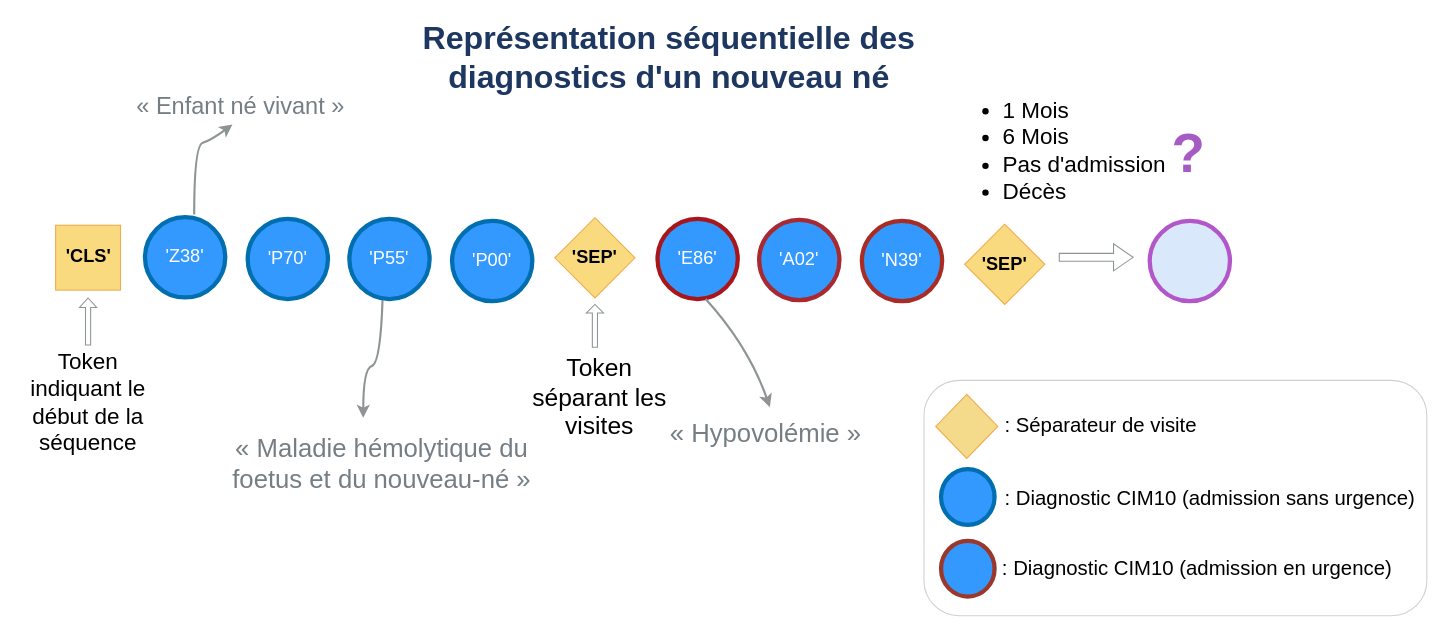
Above: ex_séquence.drawio in Basso42/BEHRT (draw.io), before the change. Source tidied: cells renumbered, new cells numbered last; positions are measured from the earlier drawing's top-left corner, leaving out a move shared by most shapes. Both pictures are drawn from the tidied source at 107%, with x=0, y=0 at pixel (18, 56).
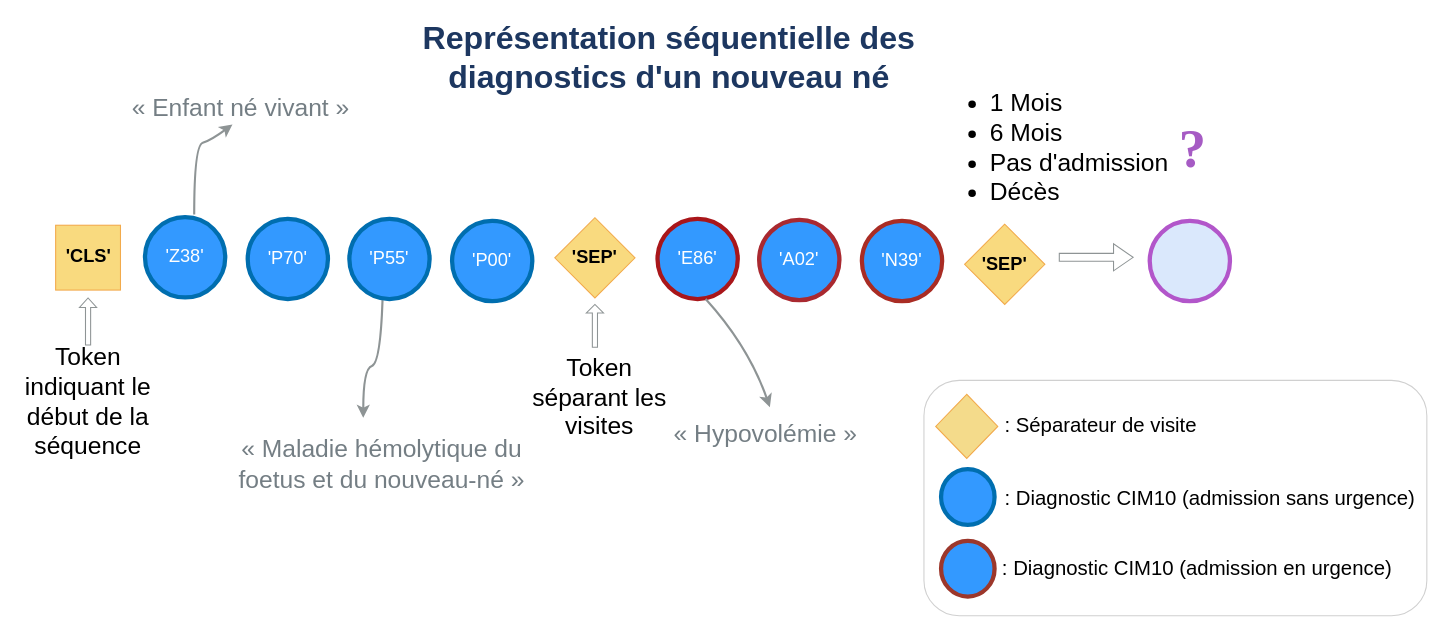
After the change.

Commit message (it also covers changes not shown here):
Mettre à jour ex_séquence.drawio

What changed in the source:
```diff
@@
-    <mxCell id="3" value="&lt;font&gt;&amp;nbsp;« Enfant né vivant »&lt;font&gt;&lt;br&gt;&lt;/font&gt;&lt;/font&gt;" style="text;html=1;align=center;verticalAlign=middle;strokeColor=none;fillColor=none;fontColor=light-dark(#747e84, #ededed);fontSize=22;fontFamily=Arial;" parent="1" vertex="1">
-      <mxGeometry x="94" y="28" width="220" height="40" as="geometry" />
+    <mxCell id="3" value="&lt;font style=&quot;font-size: 23px;&quot;&gt;&amp;nbsp;« Enfant né vivant »&lt;font&gt;&lt;br&gt;&lt;/font&gt;&lt;/font&gt;" style="text;html=1;align=center;verticalAlign=middle;strokeColor=none;fillColor=none;fontColor=light-dark(#747e84, #ededed);fontSize=22;fontFamily=Arial;" parent="1" vertex="1">
+      <mxGeometry x="89" y="28" width="230" height="40" as="geometry" />
     </mxCell>
-    <mxCell id="4" value="&lt;h1&gt;&lt;font&gt;&lt;span&gt;&lt;span style=&quot;font-weight: normal;&quot;&gt;« Maladie hémolytique du foetus et du nouveau-né »&lt;/span&gt;&lt;/span&gt;&lt;font&gt;&lt;font&gt;&lt;br&gt;&lt;/font&gt;&lt;/font&gt;&lt;/font&gt;&lt;/h1&gt;" style="text;html=1;strokeColor=none;fillColor=none;align=center;verticalAlign=middle;whiteSpace=wrap;rounded=0;fontSize=12;fontColor=light-dark(#747e84, #ededed);fontFamily=Arial;" parent="1" vertex="1">
+    <mxCell id="4" value="&lt;h1&gt;&lt;font style=&quot;font-size: 23px;&quot;&gt;&lt;span&gt;&lt;span style=&quot;font-weight: normal;&quot;&gt;« Maladie hémolytique du foetus et du nouveau-né »&lt;/span&gt;&lt;/span&gt;&lt;font&gt;&lt;font&gt;&lt;br&gt;&lt;/font&gt;&lt;/font&gt;&lt;/font&gt;&lt;/h1&gt;" style="text;html=1;strokeColor=none;fillColor=none;align=center;verticalAlign=middle;whiteSpace=wrap;rounded=0;fontSize=12;fontColor=light-dark(#747e84, #ededed);fontFamily=Arial;" parent="1" vertex="1">
       <mxGeometry x="197" y="357" width="285" height="48" as="geometry" />
     </mxCell>
@@
-    <mxCell id="6" value="&lt;font&gt;&lt;font&gt;Token indiquant le début de la séquence&lt;/font&gt;&lt;/font&gt;" style="text;html=1;strokeColor=none;fillColor=none;align=center;verticalAlign=middle;whiteSpace=wrap;rounded=0;fontSize=21;fontFamily=Arial;" parent="1" vertex="1">
+    <mxCell id="6" value="&lt;font style=&quot;font-size: 23px;&quot;&gt;&lt;font&gt;Token indiquant le début de la séquence&lt;/font&gt;&lt;/font&gt;" style="text;html=1;strokeColor=none;fillColor=none;align=center;verticalAlign=middle;whiteSpace=wrap;rounded=0;fontSize=21;fontFamily=Arial;" parent="1" vertex="1">
       <mxGeometry x="-0.2" y="308" width="130" height="30" as="geometry" />
     </mxCell>
@@
-    <mxCell id="21" value="&lt;h1&gt;&lt;font&gt;&amp;nbsp;&lt;font&gt;&lt;font&gt;&lt;span style=&quot;font-weight: normal;&quot;&gt;« Hypovolémie »&lt;/span&gt;&lt;/font&gt;&lt;/font&gt;&lt;font&gt;&lt;font&gt;&lt;br&gt;&lt;/font&gt;&lt;/font&gt;&lt;/font&gt;&lt;/h1&gt;" style="text;html=1;strokeColor=none;fillColor=none;align=center;verticalAlign=middle;whiteSpace=wrap;rounded=0;fontSize=12;fontColor=light-dark(#747e84, #ededed);fontFamily=Arial;" parent="1" vertex="1">
+    <mxCell id="21" value="&lt;h1&gt;&lt;font style=&quot;font-size: 23px;&quot;&gt;&amp;nbsp;&lt;font&gt;&lt;font&gt;&lt;span style=&quot;font-weight: normal;&quot;&gt;« Hypovolémie »&lt;/span&gt;&lt;/font&gt;&lt;/font&gt;&lt;font&gt;&lt;font&gt;&lt;br&gt;&lt;/font&gt;&lt;/font&gt;&lt;/font&gt;&lt;/h1&gt;" style="text;html=1;strokeColor=none;fillColor=none;align=center;verticalAlign=middle;whiteSpace=wrap;rounded=0;fontSize=12;fontColor=light-dark(#747e84, #ededed);fontFamily=Arial;" parent="1" vertex="1">
       <mxGeometry x="592" y="338" width="206" height="30" as="geometry" />
     </mxCell>
@@
-    <mxCell id="31" value="&lt;div align=&quot;left&quot;&gt;&lt;ul&gt;&lt;li&gt;&lt;font&gt;&lt;font&gt;1 Mois&lt;/font&gt;&lt;/font&gt;&lt;/li&gt;&lt;li&gt;&lt;font&gt;&lt;font&gt;6 Mois&lt;/font&gt;&lt;/font&gt;&lt;/li&gt;&lt;li&gt;&lt;font&gt;&lt;font&gt;Pas d'admission&lt;/font&gt;&lt;/font&gt;&lt;/li&gt;&lt;li&gt;&lt;font&gt;&lt;font&gt;Décès&lt;/font&gt;&lt;/font&gt;&lt;/li&gt;&lt;/ul&gt;&lt;/div&gt;" style="text;html=1;align=left;verticalAlign=middle;whiteSpace=wrap;rounded=0;fontSize=21;fontFamily=Arial;" parent="1" vertex="1">
-      <mxGeometry x="878" y="48" width="198" height="80" as="geometry" />
+    <mxCell id="31" value="&lt;div align=&quot;left&quot;&gt;&lt;ul&gt;&lt;li&gt;&lt;font style=&quot;font-size: 23px;&quot;&gt;&lt;font&gt;1 Mois&lt;/font&gt;&lt;/font&gt;&lt;/li&gt;&lt;li&gt;&lt;font style=&quot;font-size: 23px;&quot;&gt;&lt;font&gt;6 Mois&lt;/font&gt;&lt;/font&gt;&lt;/li&gt;&lt;li&gt;&lt;font style=&quot;font-size: 23px;&quot;&gt;&lt;font&gt;Pas d'admission&lt;/font&gt;&lt;/font&gt;&lt;/li&gt;&lt;li&gt;&lt;font style=&quot;font-size: 23px;&quot;&gt;&lt;font&gt;Décès&lt;/font&gt;&lt;/font&gt;&lt;/li&gt;&lt;/ul&gt;&lt;/div&gt;" style="text;html=1;align=left;verticalAlign=middle;whiteSpace=wrap;rounded=0;fontSize=22;fontFamily=Arial;" parent="1" vertex="1">
+      <mxGeometry x="866" y="41" width="225" height="90" as="geometry" />
     </mxCell>
-    <mxCell id="32" value="&lt;b&gt;&lt;font&gt;?&lt;/font&gt;&lt;/b&gt;" style="text;html=1;align=center;verticalAlign=middle;strokeColor=none;fillColor=none;fontSize=51;fontColor=light-dark(#a65bc4, #ededed);fontFamily=Arial;" parent="1" vertex="1">
-      <mxGeometry x="1068" y="56" width="50" height="70" as="geometry" />
+    <mxCell id="32" value="&lt;font face=&quot;Times New Roman&quot;&gt;&lt;b&gt;&lt;font&gt;?&lt;/font&gt;&lt;/b&gt;&lt;/font&gt;" style="text;html=1;align=center;verticalAlign=middle;strokeColor=none;fillColor=none;fontSize=51;fontColor=light-dark(#a65bc4, #ededed);fontFamily=Arial;" parent="1" vertex="1">
+      <mxGeometry x="1072" y="47" width="50" height="80" as="geometry" />
     </mxCell>
```
